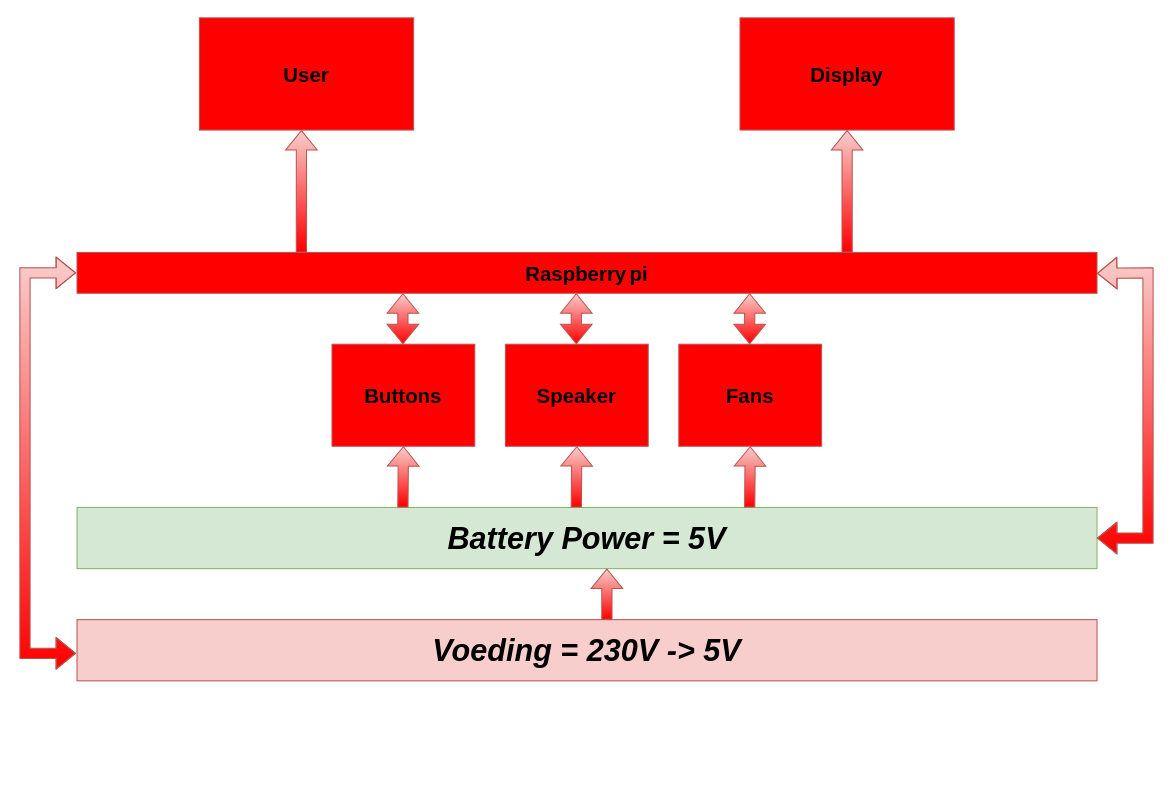
Earlier version of the draw.io diagram Circuits-Schema's/architecture.drawio (vives-project-xp/HandheldRetropie). Source tidied: cells renumbered, new cells numbered last; positions are measured from the earlier drawing's top-left corner, leaving out a move shared by most shapes. Both pictures are drawn from the tidied source at 102%, with x=0, y=0 at pixel (24, 17).
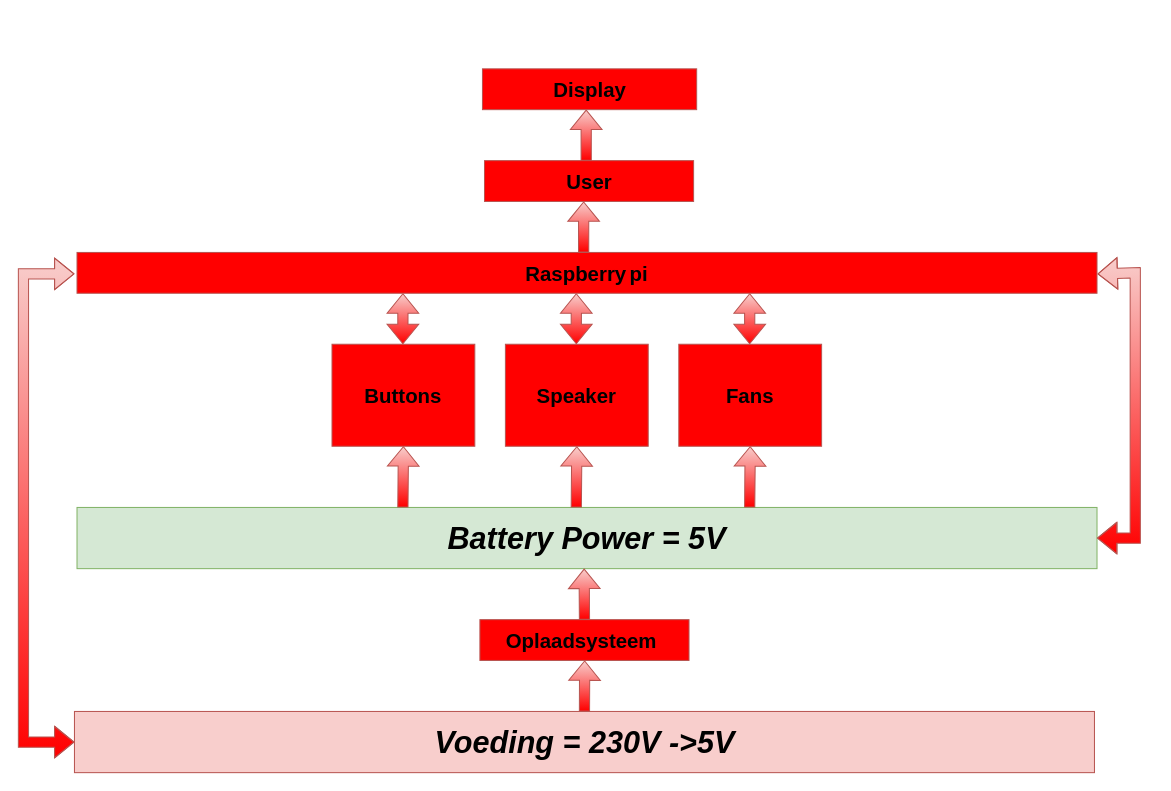
Above is the later version.

The change refers to these unchanged cells:
```xml
<mxCell id="2" value="&lt;font style=&quot;font-size: 30px;&quot;&gt;&lt;b&gt;&lt;i&gt;Battery Power = 5V&lt;/i&gt;&lt;/b&gt;&lt;/font&gt;" style="text;html=1;align=center;verticalAlign=middle;whiteSpace=wrap;rounded=0;fillColor=#d5e8d4;strokeColor=#82b366;" parent="1" vertex="1">
  <mxGeometry x="51" y="480" width="1000" height="60" as="geometry" />
</mxCell>
```

Change to the diagram source:
```diff
@@
-    <mxCell id="3" value="&lt;b&gt;&lt;i&gt;&lt;font style=&quot;font-size: 30px;&quot;&gt;Voeding = 230V -&amp;gt; 5V&lt;/font&gt;&lt;/i&gt;&lt;/b&gt;" style="rounded=0;whiteSpace=wrap;html=1;fillColor=#f8cecc;strokeColor=#b85450;" parent="1" vertex="1">
-      <mxGeometry x="51" y="590" width="1000" height="60" as="geometry" />
+    <mxCell id="3" value="&lt;b&gt;&lt;i&gt;&lt;font style=&quot;font-size: 30px;&quot;&gt;Voeding = 230V -&amp;gt;5V&lt;/font&gt;&lt;/i&gt;&lt;/b&gt;" style="rounded=0;whiteSpace=wrap;html=1;fillColor=#f8cecc;strokeColor=#b85450;" parent="1" vertex="1">
+      <mxGeometry x="48.5" y="680" width="1000" height="60" as="geometry" />
     </mxCell>
-    <mxCell id="4" style="shape=flexArrow;endArrow=classic;html=1;rounded=0;fillColor=#f8cecc;strokeColor=#b85450;gradientColor=#FF0000;" parent="1" edge="1">
-      <mxGeometry relative="1" as="geometry">
-        <mxPoint x="570.5" y="590" as="sourcePoint" />
-        <mxPoint x="570.5" y="540" as="targetPoint" />
-      </mxGeometry>
-    </mxCell>
@@
     <mxCell id="7" value="&lt;font style=&quot;font-size: 20px;&quot;&gt;&lt;b&gt;Display&lt;/b&gt;&lt;/font&gt;" style="rounded=0;whiteSpace=wrap;html=1;fillColor=#FF0000;gradientColor=#FF0000;strokeColor=#b85450;" parent="1" vertex="1">
-      <mxGeometry x="701" width="210" height="110" as="geometry" />
+      <mxGeometry x="448.5" y="50" width="210" height="40" as="geometry" />
     </mxCell>
@@
-    <mxCell id="13" style="shape=flexArrow;endArrow=classic;startArrow=classic;html=1;rounded=0;fillColor=#f8cecc;gradientColor=#ff0000;strokeColor=#b85450;" parent="1" edge="1">
+    <mxCell id="13" style="shape=flexArrow;endArrow=classic;startArrow=classic;html=1;rounded=0;fillColor=#f8cecc;gradientColor=#ff0000;strokeColor=#b85450;exitX=0;exitY=0.5;exitDx=0;exitDy=0;" parent="1" edge="1" source="3">
       <mxGeometry relative="1" as="geometry">
-        <mxPoint x="50" y="623" as="sourcePoint" />
-        <mxPoint x="50" y="250" as="targetPoint" />
+        <mxPoint x="48.5" y="251" as="targetPoint" />
         <Array as="points">
-          <mxPoint y="623" />
-          <mxPoint y="350" />
-          <mxPoint y="250" />
+          <mxPoint x="-1.5" y="710" />
+          <mxPoint x="-1.5" y="351" />
+          <mxPoint x="-1.5" y="251" />
         </Array>
       </mxGeometry>
     </mxCell>
     <mxCell id="14" style="shape=flexArrow;endArrow=classic;startArrow=classic;html=1;rounded=0;fillColor=#f8cecc;gradientColor=#ff0000;strokeColor=#b85450;exitX=1;exitY=0.5;exitDx=0;exitDy=0;" parent="1" edge="1" source="2">
       <mxGeometry relative="1" as="geometry">
-        <mxPoint x="1051" y="250.5" as="targetPoint" />
+        <mxPoint x="1051.5" y="251" as="targetPoint" />
         <Array as="points">
-          <mxPoint x="1101" y="510" />
-          <mxPoint x="1101" y="340" />
-          <mxPoint x="1101" y="250" />
+          <mxPoint x="1088.5" y="510" />
+          <mxPoint x="1088.5" y="340" />
+          <mxPoint x="1088.5" y="250" />
         </Array>
       </mxGeometry>
     </mxCell>
@@
-    <mxCell id="16" style="shape=flexArrow;endArrow=classic;html=1;rounded=0;fillColor=#f8cecc;strokeColor=#b85450;gradientColor=#FF0000;entryX=0.5;entryY=1;entryDx=0;entryDy=0;" parent="1" edge="1" target="7">
-      <mxGeometry relative="1" as="geometry">
-        <mxPoint x="806" y="230" as="sourcePoint" />
-      </mxGeometry>
-    </mxCell>
@@
     <mxCell id="19" value="&lt;font style=&quot;font-size: 20px;&quot;&gt;&lt;b&gt;User&lt;/b&gt;&lt;/font&gt;" style="rounded=0;whiteSpace=wrap;html=1;fillColor=#FF0000;gradientColor=#FF0000;strokeColor=#b85450;" parent="1" vertex="1">
-      <mxGeometry x="171" width="210" height="110" as="geometry" />
+      <mxGeometry x="450.5" y="140" width="205" height="40" as="geometry" />
     </mxCell>
-    <mxCell id="20" style="shape=flexArrow;endArrow=classic;html=1;rounded=0;fillColor=#f8cecc;strokeColor=#b85450;gradientColor=#FF0000;entryX=0.5;entryY=1;entryDx=0;entryDy=0;" parent="1" edge="1">
+    <mxCell id="20" style="shape=flexArrow;endArrow=classic;html=1;rounded=0;fillColor=#f8cecc;strokeColor=#b85450;gradientColor=#FF0000;" parent="1" edge="1">
       <mxGeometry relative="1" as="geometry">
-        <mxPoint x="271" y="230" as="sourcePoint" />
-        <mxPoint x="271" y="110" as="targetPoint" />
+        <mxPoint x="547.7" y="230" as="sourcePoint" />
+        <mxPoint x="547.7" y="180" as="targetPoint" />
       </mxGeometry>
     </mxCell>
+    <mxCell id="21" value="&lt;font style=&quot;font-size: 20px;&quot;&gt;&lt;b&gt;Oplaadsysteem&amp;nbsp;&lt;/b&gt;&lt;/font&gt;" style="rounded=0;whiteSpace=wrap;html=1;fillColor=#FF0000;gradientColor=#FF0000;strokeColor=#b85450;" parent="1" vertex="1">
+      <mxGeometry x="446" y="590" width="205" height="40" as="geometry" />
+    </mxCell>
+    <mxCell id="22" style="shape=flexArrow;endArrow=classic;html=1;rounded=0;fillColor=#f8cecc;strokeColor=#b85450;gradientColor=#FF0000;entryX=0.5;entryY=1;entryDx=0;entryDy=0;" parent="1" edge="1">
+      <mxGeometry relative="1" as="geometry">
+        <mxPoint x="548.5" y="680" as="sourcePoint" />
+        <mxPoint x="548.7" y="630" as="targetPoint" />
+      </mxGeometry>
+    </mxCell>
+    <mxCell id="23" style="shape=flexArrow;endArrow=classic;html=1;rounded=0;fillColor=#f8cecc;strokeColor=#b85450;gradientColor=#FF0000;entryX=0.5;entryY=1;entryDx=0;entryDy=0;exitX=0.5;exitY=0;exitDx=0;exitDy=0;" parent="1" edge="1" source="21">
+      <mxGeometry relative="1" as="geometry">
+        <mxPoint x="548.2" y="540" as="targetPoint" />
+      </mxGeometry>
+    </mxCell>
+    <mxCell id="24" style="shape=flexArrow;endArrow=classic;html=1;rounded=0;fillColor=#f8cecc;strokeColor=#b85450;gradientColor=#FF0000;" parent="1" edge="1">
+      <mxGeometry relative="1" as="geometry">
+        <mxPoint x="550.2" y="140" as="sourcePoint" />
+        <mxPoint x="550.2" y="90" as="targetPoint" />
+      </mxGeometry>
+    </mxCell>
```
